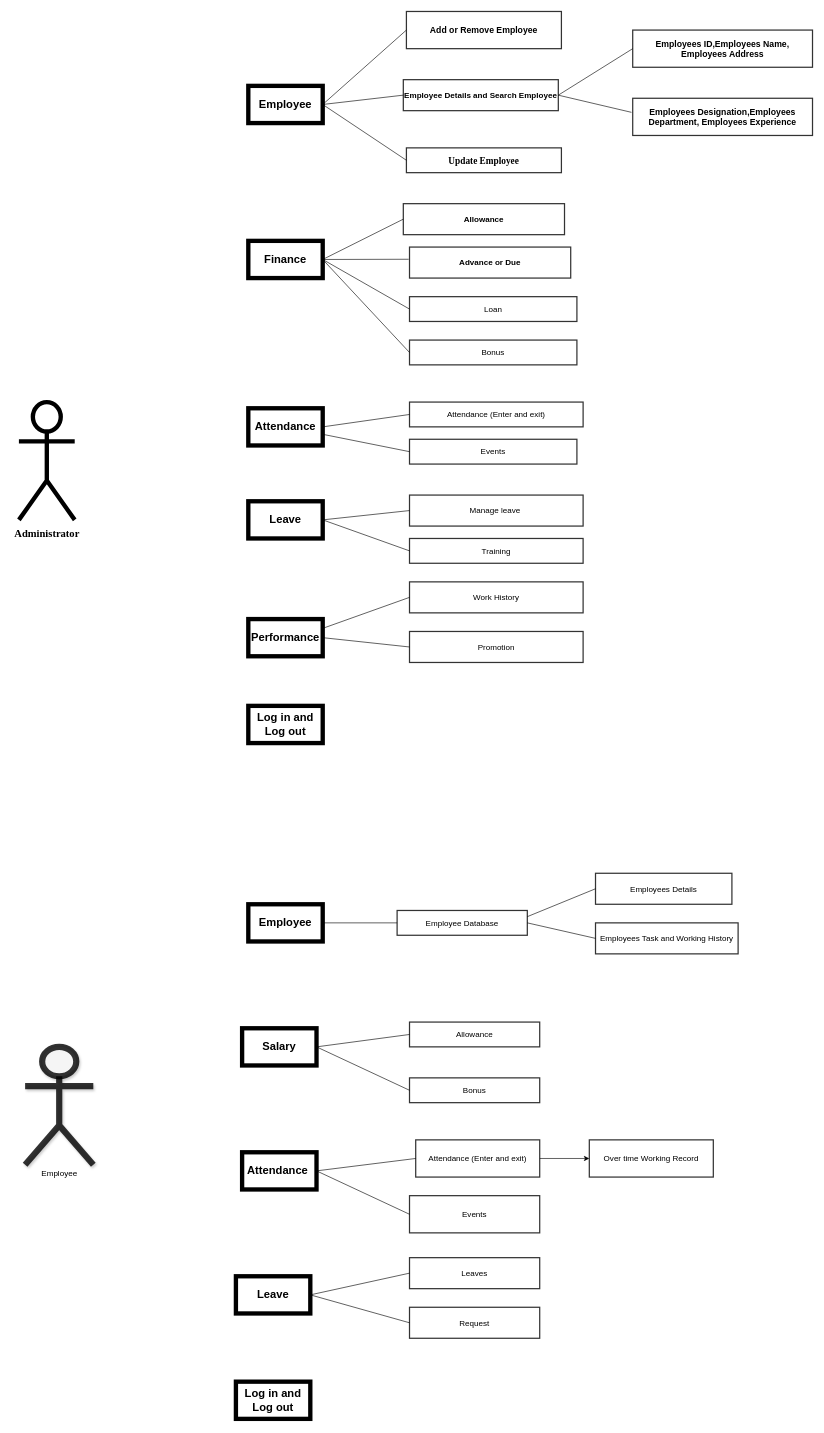
SaykatMondal1911/Web-design keeps this draw.io diagram as css/Untitled Diagram.drawio. Above is the earlier version. Source tidied: cells renumbered, new cells numbered last; positions are measured from the earlier drawing's top-left corner, leaving out a move shared by most shapes. Both pictures are drawn from the tidied source at 62%, with x=0, y=0 at pixel (19, 11).
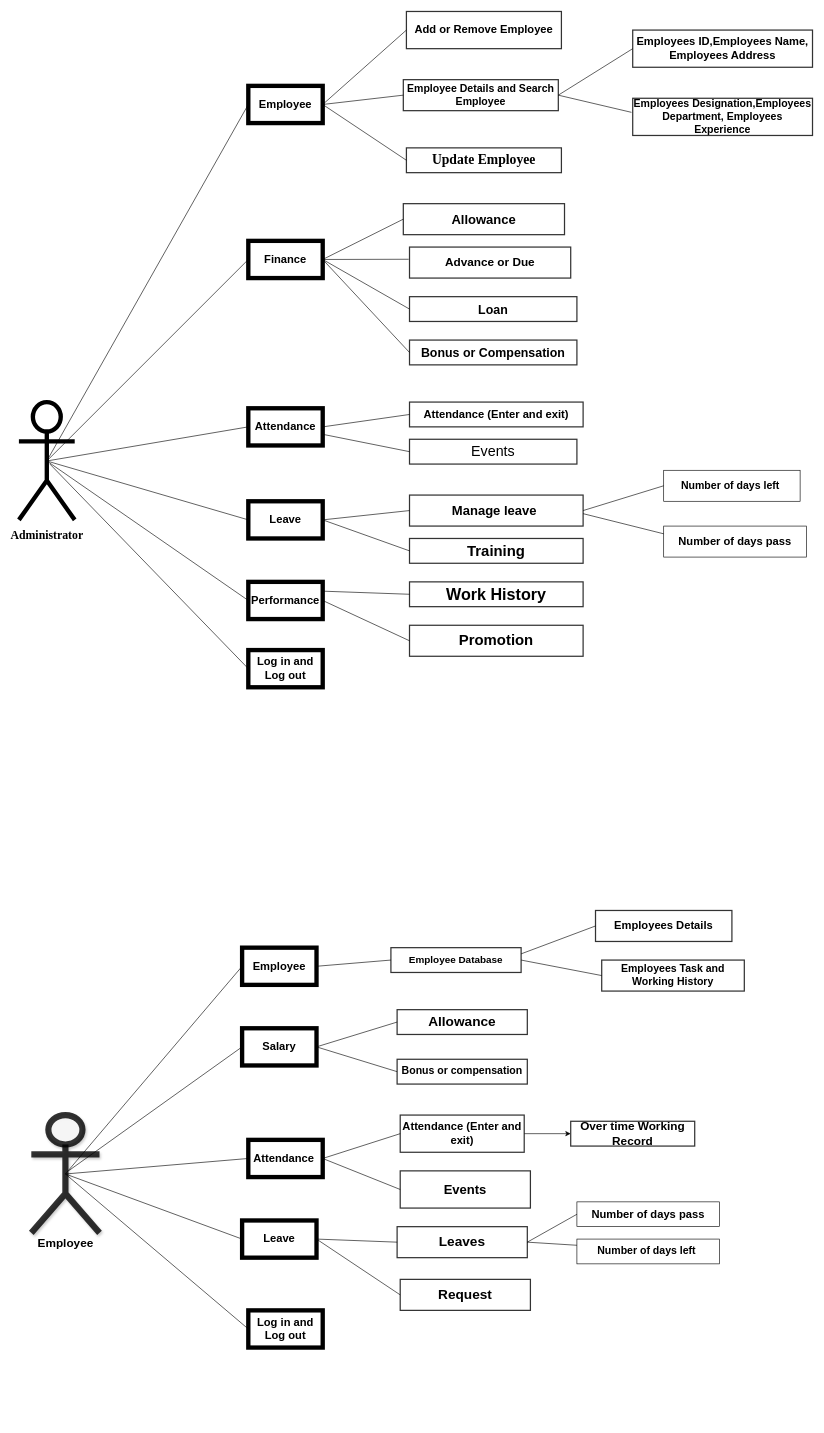
The same diagram, later.

The change refers to these unchanged cells:
```xml
<mxCell id="3" value="&lt;h2&gt;Employee&lt;/h2&gt;" style="rounded=0;whiteSpace=wrap;html=1;strokeWidth=7;" parent="1" vertex="1">
  <mxGeometry x="370" y="120" width="120" height="60" as="geometry" />
</mxCell>
<mxCell id="4" value="&lt;h2&gt;Finance&lt;/h2&gt;" style="rounded=0;whiteSpace=wrap;html=1;strokeWidth=7;" parent="1" vertex="1">
  <mxGeometry x="370" y="370" width="120" height="60" as="geometry" />
</mxCell>
<mxCell id="5" value="&lt;h2&gt;Attendance&lt;/h2&gt;" style="rounded=0;whiteSpace=wrap;html=1;strokeWidth=7;" parent="1" vertex="1">
  <mxGeometry x="370" y="640" width="120" height="60" as="geometry" />
</mxCell>
<mxCell id="6" value="&lt;h2&gt;Leave&lt;/h2&gt;" style="rounded=0;whiteSpace=wrap;html=1;strokeWidth=7;" parent="1" vertex="1">
  <mxGeometry x="370" y="790" width="120" height="60" as="geometry" />
</mxCell>
<mxCell id="28" value="&lt;h2&gt;Salary&lt;/h2&gt;" style="rounded=0;whiteSpace=wrap;html=1;strokeWidth=7;" parent="1" vertex="1">
  <mxGeometry x="360" y="1640" width="120" height="60" as="geometry" />
</mxCell>
```

Diff of the diagram source:
```diff
@@
-    <mxCell id="2" value="&lt;font style=&quot;font-size: 17px&quot; face=&quot;Times New Roman&quot;&gt;&lt;b style=&quot;line-height: 190%&quot;&gt;Administrator&lt;/b&gt;&lt;/font&gt;" style="shape=umlActor;verticalLabelPosition=bottom;verticalAlign=top;html=1;outlineConnect=0;strokeWidth=7;" parent="1" vertex="1">
+    <mxCell id="2" value="&lt;font face=&quot;Times New Roman&quot; size=&quot;1&quot;&gt;&lt;b style=&quot;line-height: 190% ; font-size: 19px&quot;&gt;Administrator&lt;/b&gt;&lt;/font&gt;" style="shape=umlActor;verticalLabelPosition=bottom;verticalAlign=top;html=1;outlineConnect=0;strokeWidth=7;" parent="1" vertex="1">
       <mxGeometry y="630" width="90" height="190" as="geometry" />
     </mxCell>
@@
     <mxCell id="7" value="&lt;h2&gt;Performance&lt;/h2&gt;" style="rounded=0;whiteSpace=wrap;html=1;strokeWidth=7;" parent="1" vertex="1">
-      <mxGeometry x="370" y="980" width="120" height="60" as="geometry" />
+      <mxGeometry x="370" y="920" width="120" height="60" as="geometry" />
     </mxCell>
     <mxCell id="8" value="&lt;h2&gt;Log in and Log out&lt;/h2&gt;" style="rounded=0;whiteSpace=wrap;html=1;strokeWidth=7;" parent="1" vertex="1">
-      <mxGeometry x="370" y="1120" width="120" height="60" as="geometry" />
+      <mxGeometry x="370" y="1030" width="120" height="60" as="geometry" />
     </mxCell>
@@
-    <mxCell id="13" value="&lt;h4 style=&quot;font-size: 14px;&quot;&gt;Add or Remove Employee&lt;/h4&gt;" style="rounded=0;whiteSpace=wrap;html=1;strokeWidth=2;opacity=80;fontSize=14;" parent="1" vertex="1">
+    <mxCell id="13" value="&lt;h4&gt;&lt;font style=&quot;font-size: 18px&quot;&gt;Add or Remove Employee&lt;/font&gt;&lt;/h4&gt;" style="rounded=0;whiteSpace=wrap;html=1;strokeWidth=2;opacity=80;fontSize=14;" parent="1" vertex="1">
       <mxGeometry x="625" width="250" height="60" as="geometry" />
     </mxCell>
-    <mxCell id="14" value="&lt;h4 style=&quot;font-size: 13px;&quot;&gt;Employee Details and Search Employee&lt;/h4&gt;" style="rounded=0;whiteSpace=wrap;html=1;strokeWidth=2;opacity=80;fontSize=13;" parent="1" vertex="1">
+    <mxCell id="14" value="&lt;h4&gt;&lt;font style=&quot;font-size: 17px&quot;&gt;Employee Details and Search Employee&lt;/font&gt;&lt;/h4&gt;" style="rounded=0;whiteSpace=wrap;html=1;strokeWidth=2;opacity=80;fontSize=13;" parent="1" vertex="1">
       <mxGeometry x="620" y="110" width="250" height="50" as="geometry" />
     </mxCell>
-    <mxCell id="15" value="&lt;h4&gt;&lt;font face=&quot;Times New Roman&quot; style=&quot;font-size: 15px&quot;&gt;Update Employee&lt;/font&gt;&lt;/h4&gt;" style="rounded=0;whiteSpace=wrap;html=1;strokeWidth=2;opacity=80;" parent="1" vertex="1">
+    <mxCell id="15" value="&lt;h4&gt;&lt;font face=&quot;Times New Roman&quot; style=&quot;font-size: 22px&quot;&gt;Update Employee&lt;/font&gt;&lt;/h4&gt;" style="rounded=0;whiteSpace=wrap;html=1;strokeWidth=2;opacity=80;" parent="1" vertex="1">
       <mxGeometry x="625" y="220" width="250" height="40" as="geometry" />
     </mxCell>
-    <mxCell id="16" value="&lt;h4&gt;Allowance&lt;/h4&gt;" style="rounded=0;whiteSpace=wrap;html=1;strokeWidth=2;fontSize=13;opacity=80;" parent="1" vertex="1">
+    <mxCell id="16" value="&lt;h4&gt;&lt;font style=&quot;font-size: 21px&quot;&gt;Allowance&lt;/font&gt;&lt;/h4&gt;" style="rounded=0;whiteSpace=wrap;html=1;strokeWidth=2;fontSize=13;opacity=80;" parent="1" vertex="1">
       <mxGeometry x="620" y="310" width="260" height="50" as="geometry" />
     </mxCell>
-    <mxCell id="17" value="&lt;h4&gt;Advance or Due&lt;/h4&gt;" style="rounded=0;whiteSpace=wrap;html=1;strokeWidth=2;fontSize=13;opacity=80;" parent="1" vertex="1">
+    <mxCell id="17" value="&lt;h4&gt;&lt;font style=&quot;font-size: 19px&quot;&gt;Advance or Due&lt;/font&gt;&lt;/h4&gt;" style="rounded=0;whiteSpace=wrap;html=1;strokeWidth=2;fontSize=13;opacity=80;" parent="1" vertex="1">
       <mxGeometry x="630" y="380" width="260" height="50" as="geometry" />
     </mxCell>
-    <mxCell id="18" value="Loan" style="rounded=0;whiteSpace=wrap;html=1;strokeWidth=2;fontSize=13;opacity=80;" parent="1" vertex="1">
+    <mxCell id="18" value="&lt;font style=&quot;font-size: 20px&quot;&gt;&lt;b&gt;Loan&lt;/b&gt;&lt;/font&gt;" style="rounded=0;whiteSpace=wrap;html=1;strokeWidth=2;fontSize=13;opacity=80;" parent="1" vertex="1">
       <mxGeometry x="630" y="460" width="270" height="40" as="geometry" />
     </mxCell>
-    <mxCell id="19" value="Bonus" style="rounded=0;whiteSpace=wrap;html=1;strokeWidth=2;fontSize=13;opacity=80;" parent="1" vertex="1">
+    <mxCell id="19" value="&lt;font style=&quot;font-size: 20px&quot;&gt;&lt;b&gt;Bonus or Compensation&lt;/b&gt;&lt;/font&gt;" style="rounded=0;whiteSpace=wrap;html=1;strokeWidth=2;fontSize=13;opacity=80;" parent="1" vertex="1">
       <mxGeometry x="630" y="530" width="270" height="40" as="geometry" />
     </mxCell>
-    <mxCell id="20" value="Attendance (Enter and exit)" style="rounded=0;whiteSpace=wrap;html=1;strokeWidth=2;fontSize=13;opacity=80;" parent="1" vertex="1">
+    <mxCell id="20" value="&lt;b&gt;&lt;font style=&quot;font-size: 18px&quot;&gt;Attendance (Enter and exit)&lt;/font&gt;&lt;/b&gt;" style="rounded=0;whiteSpace=wrap;html=1;strokeWidth=2;fontSize=13;opacity=80;" parent="1" vertex="1">
       <mxGeometry x="630" y="630" width="280" height="40" as="geometry" />
     </mxCell>
-    <mxCell id="21" value="Events" style="rounded=0;whiteSpace=wrap;html=1;strokeWidth=2;fontSize=13;opacity=80;" parent="1" vertex="1">
+    <mxCell id="21" value="&lt;font style=&quot;font-size: 23px&quot;&gt;Events&lt;/font&gt;" style="rounded=0;whiteSpace=wrap;html=1;strokeWidth=2;fontSize=13;opacity=80;" parent="1" vertex="1">
       <mxGeometry x="630" y="690" width="270" height="40" as="geometry" />
     </mxCell>
-    <mxCell id="22" value="Manage leave&amp;nbsp;" style="rounded=0;whiteSpace=wrap;html=1;strokeWidth=2;fontSize=13;opacity=80;" parent="1" vertex="1">
+    <mxCell id="22" value="&lt;b&gt;&lt;font style=&quot;font-size: 21px&quot;&gt;Manage leave&amp;nbsp;&lt;/font&gt;&lt;/b&gt;" style="rounded=0;whiteSpace=wrap;html=1;strokeWidth=2;fontSize=13;opacity=80;" parent="1" vertex="1">
       <mxGeometry x="630" y="780" width="280" height="50" as="geometry" />
     </mxCell>
-    <mxCell id="23" value="Training" style="rounded=0;whiteSpace=wrap;html=1;strokeWidth=2;fontSize=13;opacity=80;" parent="1" vertex="1">
+    <mxCell id="23" value="&lt;font style=&quot;font-size: 24px&quot;&gt;&lt;b&gt;Training&lt;/b&gt;&lt;/font&gt;" style="rounded=0;whiteSpace=wrap;html=1;strokeWidth=2;fontSize=13;opacity=80;" parent="1" vertex="1">
       <mxGeometry x="630" y="850" width="280" height="40" as="geometry" />
     </mxCell>
-    <mxCell id="24" value="Work History" style="rounded=0;whiteSpace=wrap;html=1;strokeWidth=2;fontSize=13;opacity=80;" parent="1" vertex="1">
-      <mxGeometry x="630" y="920" width="280" height="50" as="geometry" />
+    <mxCell id="24" value="&lt;b&gt;&lt;font style=&quot;font-size: 26px&quot;&gt;Work History&lt;/font&gt;&lt;/b&gt;" style="rounded=0;whiteSpace=wrap;html=1;strokeWidth=2;fontSize=13;opacity=80;" parent="1" vertex="1">
+      <mxGeometry x="630" y="920" width="280" height="40" as="geometry" />
     </mxCell>
-    <mxCell id="25" value="Promotion" style="rounded=0;whiteSpace=wrap;html=1;strokeWidth=2;fontSize=13;opacity=80;" parent="1" vertex="1">
-      <mxGeometry x="630" y="1000" width="280" height="50" as="geometry" />
+    <mxCell id="25" value="&lt;font style=&quot;font-size: 24px&quot;&gt;&lt;b&gt;Promotion&lt;/b&gt;&lt;/font&gt;" style="rounded=0;whiteSpace=wrap;html=1;strokeWidth=2;fontSize=13;opacity=80;" parent="1" vertex="1">
+      <mxGeometry x="630" y="990" width="280" height="50" as="geometry" />
     </mxCell>
-    <mxCell id="26" value="Employee&lt;br&gt;" style="shape=umlActor;verticalLabelPosition=bottom;verticalAlign=top;html=1;outlineConnect=0;strokeWidth=10;fontSize=13;opacity=80;shadow=1;" parent="1" vertex="1">
-      <mxGeometry x="10" y="1670" width="110" height="190" as="geometry" />
+    <mxCell id="26" value="&lt;font size=&quot;1&quot;&gt;&lt;b style=&quot;font-size: 19px&quot;&gt;Employee&lt;/b&gt;&lt;/font&gt;" style="shape=umlActor;verticalLabelPosition=bottom;verticalAlign=top;html=1;outlineConnect=0;strokeWidth=10;fontSize=13;opacity=80;shadow=1;" parent="1" vertex="1">
+      <mxGeometry x="20" y="1780" width="110" height="190" as="geometry" />
     </mxCell>
     <mxCell id="27" value="&lt;h2&gt;Employee&lt;/h2&gt;" style="rounded=0;whiteSpace=wrap;html=1;strokeWidth=7;" parent="1" vertex="1">
-      <mxGeometry x="370" y="1440" width="120" height="60" as="geometry" />
+      <mxGeometry x="360" y="1510" width="120" height="60" as="geometry" />
     </mxCell>
@@
     <mxCell id="29" value="&lt;h2&gt;Attendance&amp;nbsp;&lt;/h2&gt;" style="rounded=0;whiteSpace=wrap;html=1;strokeWidth=7;" parent="1" vertex="1">
-      <mxGeometry x="360" y="1840" width="120" height="60" as="geometry" />
+      <mxGeometry x="370" y="1820" width="120" height="60" as="geometry" />
     </mxCell>
     <mxCell id="30" value="&lt;h2&gt;Leave&lt;/h2&gt;" style="rounded=0;whiteSpace=wrap;html=1;strokeWidth=7;" parent="1" vertex="1">
-      <mxGeometry x="350" y="2040" width="120" height="60" as="geometry" />
+      <mxGeometry x="360" y="1950" width="120" height="60" as="geometry" />
     </mxCell>
-    <mxCell id="31" value="Employee Database" style="rounded=0;whiteSpace=wrap;html=1;strokeWidth=2;fontSize=13;opacity=80;" parent="1" vertex="1">
-      <mxGeometry x="610" y="1450" width="210" height="40" as="geometry" />
+    <mxCell id="31" value="&lt;b&gt;&lt;font style=&quot;font-size: 16px&quot;&gt;Employee Database&lt;/font&gt;&lt;/b&gt;" style="rounded=0;whiteSpace=wrap;html=1;strokeWidth=2;fontSize=13;opacity=80;" parent="1" vertex="1">
+      <mxGeometry x="600" y="1510" width="210" height="40" as="geometry" />
     </mxCell>
-    <mxCell id="32" value="Allowance" style="rounded=0;whiteSpace=wrap;html=1;strokeWidth=2;fontSize=13;opacity=80;" parent="1" vertex="1">
-      <mxGeometry x="630" y="1630" width="210" height="40" as="geometry" />
+    <mxCell id="32" value="&lt;font style=&quot;font-size: 22px&quot;&gt;&lt;b&gt;Allowance&lt;/b&gt;&lt;/font&gt;" style="rounded=0;whiteSpace=wrap;html=1;strokeWidth=2;fontSize=13;opacity=80;" parent="1" vertex="1">
+      <mxGeometry x="610" y="1610" width="210" height="40" as="geometry" />
     </mxCell>
@@
-    <mxCell id="34" value="Attendance (Enter and exit)" style="rounded=0;whiteSpace=wrap;html=1;strokeWidth=2;fontSize=13;opacity=80;" parent="1" vertex="1">
-      <mxGeometry x="640" y="1820" width="200" height="60" as="geometry" />
+    <mxCell id="34" value="&lt;b&gt;&lt;font style=&quot;font-size: 18px&quot;&gt;Attendance (Enter and exit)&lt;/font&gt;&lt;/b&gt;" style="rounded=0;whiteSpace=wrap;html=1;strokeWidth=2;fontSize=13;opacity=80;" parent="1" vertex="1">
+      <mxGeometry x="615" y="1780" width="200" height="60" as="geometry" />
     </mxCell>
-    <mxCell id="35" value="Events" style="rounded=0;whiteSpace=wrap;html=1;strokeWidth=2;fontSize=13;opacity=80;" parent="1" vertex="1">
-      <mxGeometry x="630" y="1910" width="210" height="60" as="geometry" />
+    <mxCell id="35" value="&lt;b&gt;&lt;font style=&quot;font-size: 21px&quot;&gt;Events&lt;/font&gt;&lt;/b&gt;" style="rounded=0;whiteSpace=wrap;html=1;strokeWidth=2;fontSize=13;opacity=80;" parent="1" vertex="1">
+      <mxGeometry x="615" y="1870" width="210" height="60" as="geometry" />
     </mxCell>
-    <mxCell id="36" value="Leaves" style="rounded=0;whiteSpace=wrap;html=1;strokeWidth=2;fontSize=13;opacity=80;" parent="1" vertex="1">
-      <mxGeometry x="630" y="2010" width="210" height="50" as="geometry" />
+    <mxCell id="36" value="&lt;b&gt;&lt;font style=&quot;font-size: 22px&quot;&gt;Leaves&lt;/font&gt;&lt;/b&gt;" style="rounded=0;whiteSpace=wrap;html=1;strokeWidth=2;fontSize=13;opacity=80;" parent="1" vertex="1">
+      <mxGeometry x="610" y="1960" width="210" height="50" as="geometry" />
     </mxCell>
-    <mxCell id="37" value="Request" style="rounded=0;whiteSpace=wrap;html=1;strokeWidth=2;fontSize=13;opacity=80;" parent="1" vertex="1">
-      <mxGeometry x="630" y="2090" width="210" height="50" as="geometry" />
+    <mxCell id="37" value="&lt;b&gt;&lt;font style=&quot;font-size: 22px&quot;&gt;Request&lt;/font&gt;&lt;/b&gt;" style="rounded=0;whiteSpace=wrap;html=1;strokeWidth=2;fontSize=13;opacity=80;" parent="1" vertex="1">
+      <mxGeometry x="615" y="2045" width="210" height="50" as="geometry" />
     </mxCell>
@@
     <mxCell id="57" value="&lt;h2&gt;Log in and Log out&lt;/h2&gt;" style="rounded=0;whiteSpace=wrap;html=1;strokeWidth=7;" parent="1" vertex="1">
-      <mxGeometry x="350" y="2210" width="120" height="60" as="geometry" />
+      <mxGeometry x="370" y="2095" width="120" height="60" as="geometry" />
     </mxCell>
-    <mxCell id="58" value="Employees Details" style="rounded=0;whiteSpace=wrap;html=1;strokeWidth=2;fontSize=13;opacity=80;" parent="1" vertex="1">
-      <mxGeometry x="930" y="1390" width="220" height="50" as="geometry" />
+    <mxCell id="58" value="&lt;b&gt;&lt;font style=&quot;font-size: 18px&quot;&gt;Employees Details&lt;/font&gt;&lt;/b&gt;" style="rounded=0;whiteSpace=wrap;html=1;strokeWidth=2;fontSize=13;opacity=80;" parent="1" vertex="1">
+      <mxGeometry x="930" y="1450" width="220" height="50" as="geometry" />
     </mxCell>
-    <mxCell id="59" value="Employees Task and Working History" style="rounded=0;whiteSpace=wrap;html=1;strokeWidth=2;fontSize=13;opacity=80;" parent="1" vertex="1">
-      <mxGeometry x="930" y="1470" width="230" height="50" as="geometry" />
+    <mxCell id="59" value="&lt;b&gt;&lt;font style=&quot;font-size: 17px&quot;&gt;Employees Task and Working History&lt;/font&gt;&lt;/b&gt;" style="rounded=0;whiteSpace=wrap;html=1;strokeWidth=2;fontSize=13;opacity=80;" parent="1" vertex="1">
+      <mxGeometry x="940" y="1530" width="230" height="50" as="geometry" />
     </mxCell>
-    <mxCell id="60" value="Bonus" style="rounded=0;whiteSpace=wrap;html=1;strokeWidth=2;fontSize=13;opacity=80;" parent="1" vertex="1">
-      <mxGeometry x="630" y="1720" width="210" height="40" as="geometry" />
+    <mxCell id="60" value="&lt;font style=&quot;font-size: 17px&quot;&gt;&lt;b&gt;Bonus or compensation&lt;/b&gt;&lt;/font&gt;" style="rounded=0;whiteSpace=wrap;html=1;strokeWidth=2;fontSize=13;opacity=80;" parent="1" vertex="1">
+      <mxGeometry x="610" y="1690" width="210" height="40" as="geometry" />
     </mxCell>
-    <mxCell id="61" value="Over time Working Record" style="rounded=0;whiteSpace=wrap;html=1;strokeWidth=2;fontSize=13;opacity=80;" parent="1" vertex="1">
-      <mxGeometry x="920" y="1820" width="200" height="60" as="geometry" />
+    <mxCell id="61" value="&lt;b&gt;&lt;font style=&quot;font-size: 19px&quot;&gt;Over time Working Record&lt;/font&gt;&lt;/b&gt;" style="rounded=0;whiteSpace=wrap;html=1;strokeWidth=2;fontSize=13;opacity=80;" parent="1" vertex="1">
+      <mxGeometry x="890" y="1790" width="200" height="40" as="geometry" />
     </mxCell>
@@
-    <mxCell id="65" value="&lt;h4 style=&quot;font-size: 14px&quot;&gt;Employees ID,Employees Name, Employees Address&lt;/h4&gt;" style="rounded=0;whiteSpace=wrap;html=1;strokeWidth=2;opacity=80;fontSize=14;" parent="1" vertex="1">
+    <mxCell id="65" value="&lt;h4&gt;&lt;font style=&quot;font-size: 18px&quot;&gt;Employees ID,Employees Name, Employees Address&lt;/font&gt;&lt;/h4&gt;" style="rounded=0;whiteSpace=wrap;html=1;strokeWidth=2;opacity=80;fontSize=14;" parent="1" vertex="1">
       <mxGeometry x="990" y="30" width="290" height="60" as="geometry" />
     </mxCell>
-    <mxCell id="66" value="&lt;h4 style=&quot;font-size: 14px&quot;&gt;Employees Designation,Employees Department, Employees Experience&lt;/h4&gt;" style="rounded=0;whiteSpace=wrap;html=1;strokeWidth=2;opacity=80;fontSize=14;" parent="1" vertex="1">
+    <mxCell id="66" value="&lt;h4&gt;&lt;font style=&quot;font-size: 17px&quot;&gt;Employees Designation,Employees Department, Employees Experience&lt;/font&gt;&lt;/h4&gt;" style="rounded=0;whiteSpace=wrap;html=1;strokeWidth=2;opacity=80;fontSize=14;" parent="1" vertex="1">
       <mxGeometry x="990" y="140" width="290" height="60" as="geometry" />
     </mxCell>
@@
+    <mxCell id="69" style="endArrow=none;html=1;entryX=0;entryY=0.5;entryDx=0;entryDy=0;exitX=0.5;exitY=0.5;exitDx=0;exitDy=0;exitPerimeter=0;" parent="1" edge="1" source="2" target="3">
+      <mxGeometry relative="1" as="geometry" />
+    </mxCell>
+    <mxCell id="70" style="endArrow=none;html=1;exitX=0.5;exitY=0.5;exitDx=0;exitDy=0;exitPerimeter=0;entryX=0;entryY=0.5;entryDx=0;entryDy=0;" parent="1" edge="1" source="2" target="4">
+      <mxGeometry relative="1" as="geometry" />
+    </mxCell>
+    <mxCell id="71" style="endArrow=none;html=1;exitX=0.5;exitY=0.5;exitDx=0;exitDy=0;exitPerimeter=0;entryX=0;entryY=0.5;entryDx=0;entryDy=0;" parent="1" edge="1" source="2" target="5">
+      <mxGeometry relative="1" as="geometry" />
+    </mxCell>
+    <mxCell id="72" style="endArrow=none;html=1;exitX=0.5;exitY=0.5;exitDx=0;exitDy=0;exitPerimeter=0;entryX=0;entryY=0.5;entryDx=0;entryDy=0;" parent="1" edge="1" source="2" target="6">
+      <mxGeometry relative="1" as="geometry" />
+    </mxCell>
+    <mxCell id="73" style="endArrow=none;html=1;exitX=0.5;exitY=0.5;exitDx=0;exitDy=0;exitPerimeter=0;entryX=0;entryY=0.5;entryDx=0;entryDy=0;" parent="1" edge="1" source="2" target="7">
+      <mxGeometry relative="1" as="geometry" />
+    </mxCell>
+    <mxCell id="74" style="endArrow=none;html=1;entryX=0;entryY=0.5;entryDx=0;entryDy=0;" parent="1" edge="1" target="8">
+      <mxGeometry relative="1" as="geometry">
+        <mxPoint x="50" y="730" as="sourcePoint" />
+      </mxGeometry>
+    </mxCell>
+    <mxCell id="75" style="endArrow=none;html=1;exitX=0.5;exitY=0.5;exitDx=0;exitDy=0;exitPerimeter=0;entryX=0;entryY=0.5;entryDx=0;entryDy=0;" parent="1" edge="1" source="26" target="29">
+      <mxGeometry relative="1" as="geometry" />
+    </mxCell>
+    <mxCell id="76" style="endArrow=none;html=1;exitX=0.5;exitY=0.5;exitDx=0;exitDy=0;exitPerimeter=0;entryX=0;entryY=0.5;entryDx=0;entryDy=0;" parent="1" edge="1" source="26" target="27">
+      <mxGeometry relative="1" as="geometry" />
+    </mxCell>
+    <mxCell id="77" style="endArrow=none;html=1;entryX=0;entryY=0.5;entryDx=0;entryDy=0;" parent="1" edge="1" target="28">
+      <mxGeometry relative="1" as="geometry">
+        <mxPoint x="80" y="1870" as="sourcePoint" />
+      </mxGeometry>
+    </mxCell>
+    <mxCell id="78" style="endArrow=none;html=1;exitX=0.5;exitY=0.5;exitDx=0;exitDy=0;exitPerimeter=0;entryX=0;entryY=0.5;entryDx=0;entryDy=0;" parent="1" edge="1" source="26" target="30">
+      <mxGeometry relative="1" as="geometry" />
+    </mxCell>
+    <mxCell id="79" style="endArrow=none;html=1;exitX=0.5;exitY=0.5;exitDx=0;exitDy=0;exitPerimeter=0;entryX=0;entryY=0.5;entryDx=0;entryDy=0;" parent="1" edge="1" source="26" target="57">
+      <mxGeometry relative="1" as="geometry" />
+    </mxCell>
+    <mxCell id="80" value="&lt;b&gt;&lt;font style=&quot;font-size: 17px&quot;&gt;Number of days left&amp;nbsp;&lt;/font&gt;&lt;/b&gt;" style="rounded=0;whiteSpace=wrap;html=1;" parent="1" vertex="1">
+      <mxGeometry x="1040" y="740" width="220" height="50" as="geometry" />
+    </mxCell>
+    <mxCell id="81" value="&lt;font style=&quot;font-size: 18px&quot;&gt;&lt;b&gt;Number of days pass&lt;/b&gt;&lt;/font&gt;" style="rounded=0;whiteSpace=wrap;html=1;" parent="1" vertex="1">
+      <mxGeometry x="1040" y="830" width="230" height="50" as="geometry" />
+    </mxCell>
+    <mxCell id="82" value="&lt;b&gt;&lt;font style=&quot;font-size: 17px&quot;&gt;Number of days left&amp;nbsp;&lt;/font&gt;&lt;/b&gt;" style="rounded=0;whiteSpace=wrap;html=1;" parent="1" vertex="1">
+      <mxGeometry x="900" y="1980" width="230" height="40" as="geometry" />
+    </mxCell>
+    <mxCell id="83" value="&lt;font style=&quot;font-size: 18px&quot;&gt;&lt;b&gt;Number of days pass&lt;/b&gt;&lt;/font&gt;" style="rounded=0;whiteSpace=wrap;html=1;" parent="1" vertex="1">
+      <mxGeometry x="900" y="1920" width="230" height="40" as="geometry" />
+    </mxCell>
+    <mxCell id="84" style="endArrow=none;html=1;exitX=1;exitY=0.5;exitDx=0;exitDy=0;entryX=0;entryY=0.5;entryDx=0;entryDy=0;" parent="1" edge="1" source="36" target="83">
+      <mxGeometry relative="1" as="geometry" />
+    </mxCell>
+    <mxCell id="85" style="endArrow=none;html=1;exitX=1;exitY=0.5;exitDx=0;exitDy=0;entryX=0;entryY=0.25;entryDx=0;entryDy=0;" parent="1" edge="1" source="36" target="82">
+      <mxGeometry relative="1" as="geometry" />
+    </mxCell>
+    <mxCell id="86" style="endArrow=none;html=1;exitX=1;exitY=0.5;exitDx=0;exitDy=0;entryX=0;entryY=0.5;entryDx=0;entryDy=0;" parent="1" edge="1" source="22" target="80">
+      <mxGeometry relative="1" as="geometry" />
+    </mxCell>
+    <mxCell id="87" style="endArrow=none;html=1;entryX=0;entryY=0.25;entryDx=0;entryDy=0;" parent="1" edge="1" target="81">
+      <mxGeometry relative="1" as="geometry">
+        <mxPoint x="910" y="810" as="sourcePoint" />
+      </mxGeometry>
+    </mxCell>
```
